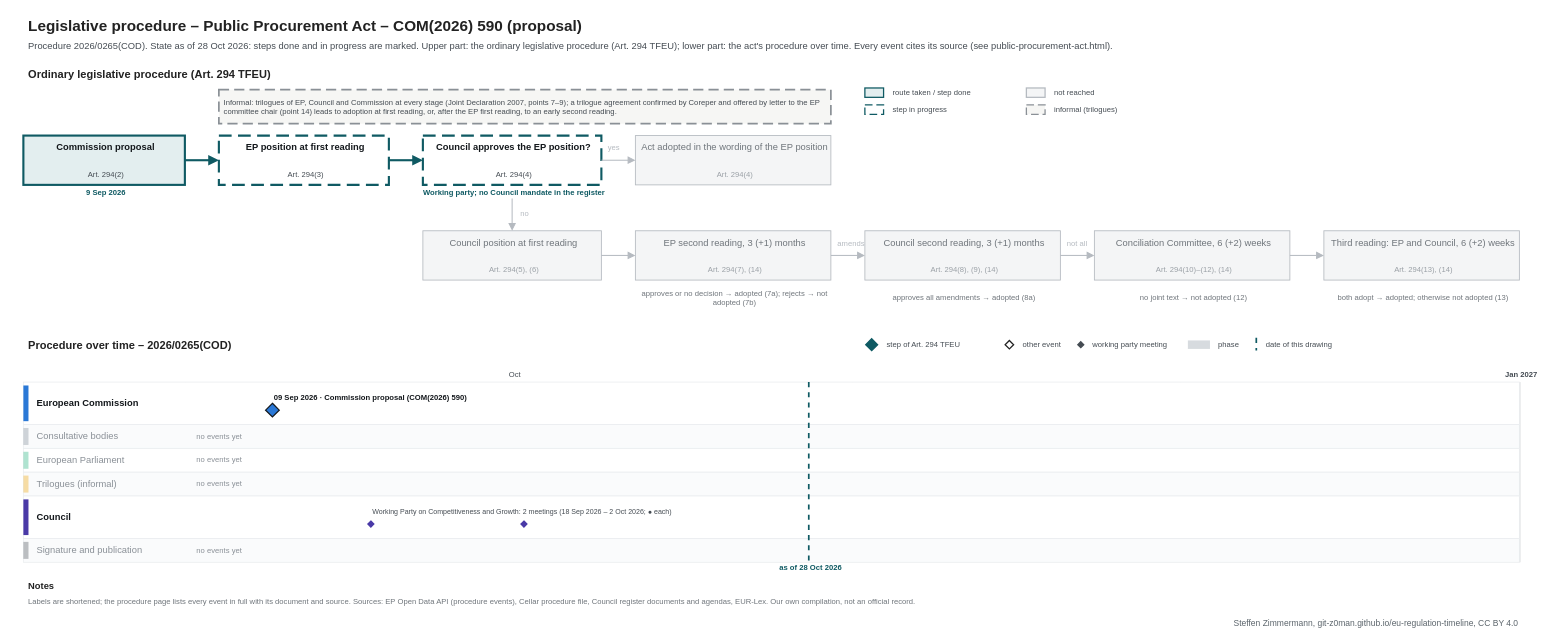
Earlier version of the draw.io diagram procedures/public-procurement-act.drawio (git-z0man/eu-regulation-timeline). Source tidied: cells renumbered, new cells numbered last; positions are measured from the earlier drawing's top-left corner, leaving out a move shared by most shapes. Both pictures are drawn from the tidied source at 85%, with x=0, y=0 at pixel (14, 14).
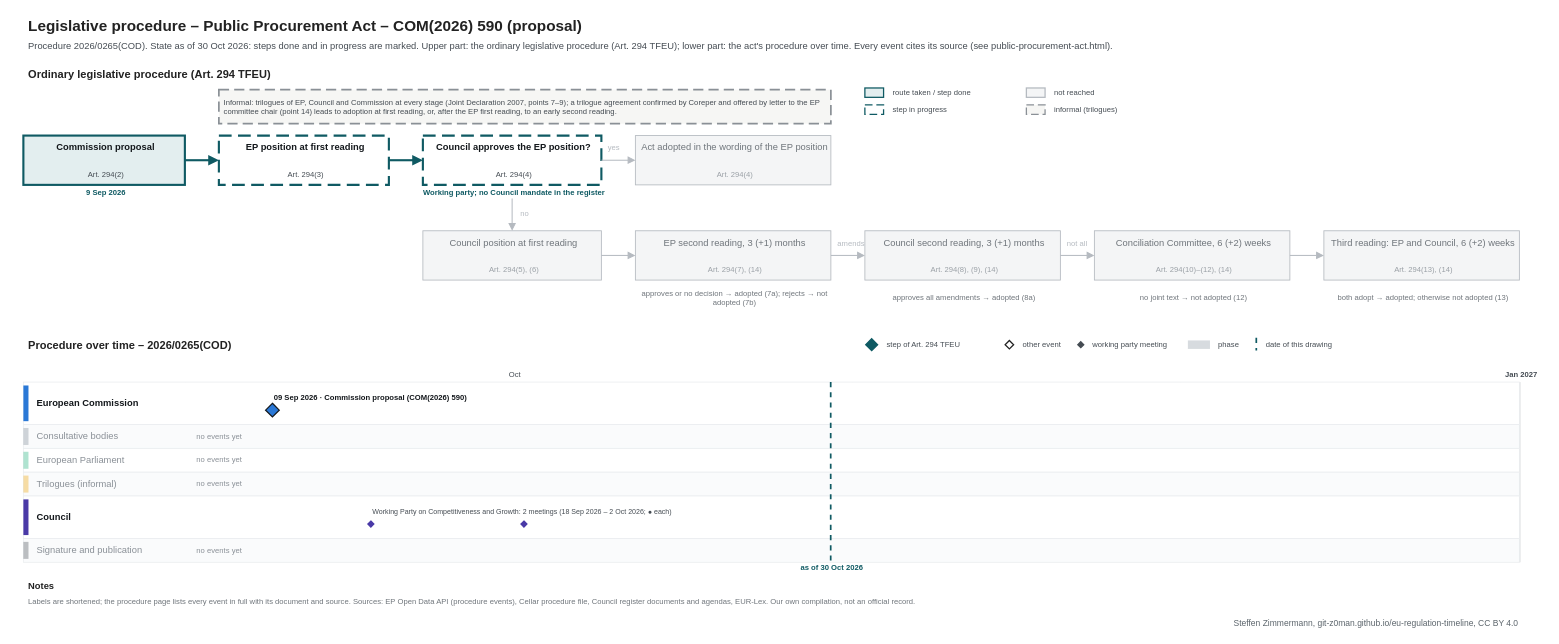
The same diagram, later.

Diff of the diagram source:
```diff
@@
-    <mxCell id="3" value="Procedure 2026/0265(COD). State as of 28 Oct 2026: steps done and in progress are marked. Upper part: the ordinary legislative procedure (Art. 294 TFEU); lower part: the act's procedure over time. Every event cites its source (see public-procurement-act.html)." style="text;html=1;fontSize=11;fontColor=#454c53;align=left;verticalAlign=middle;spacingLeft=4;" parent="1" vertex="1">
+    <mxCell id="3" value="Procedure 2026/0265(COD). State as of 30 Oct 2026: steps done and in progress are marked. Upper part: the ordinary legislative procedure (Art. 294 TFEU); lower part: the act's procedure over time. Every event cites its source (see public-procurement-act.html)." style="text;html=1;fontSize=11;fontColor=#454c53;align=left;verticalAlign=middle;spacingLeft=4;" parent="1" vertex="1">
       <mxGeometry x="10" y="28" width="1700" height="18" as="geometry" />
     </mxCell>
@@
     <mxCell id="100" style="line;html=1;strokeWidth=2;strokeColor=#0f5a63;direction=south;dashed=1;" parent="1" vertex="1">
-      <mxGeometry x="933.5" y="432" width="1" height="212" as="geometry" />
+      <mxGeometry x="959.3" y="432" width="1" height="212" as="geometry" />
     </mxCell>
-    <mxCell id="101" value="as of 28 Oct 2026" style="text;html=1;fontSize=9;fontColor=#0f5a63;align=center;verticalAlign=middle;spacingLeft=4;fontStyle=1;" parent="1" vertex="1">
-      <mxGeometry x="873.5" y="645" width="120" height="12" as="geometry" />
+    <mxCell id="101" value="as of 30 Oct 2026" style="text;html=1;fontSize=9;fontColor=#0f5a63;align=center;verticalAlign=middle;spacingLeft=4;fontStyle=1;" parent="1" vertex="1">
+      <mxGeometry x="899.3" y="645" width="120" height="12" as="geometry" />
     </mxCell>
```
